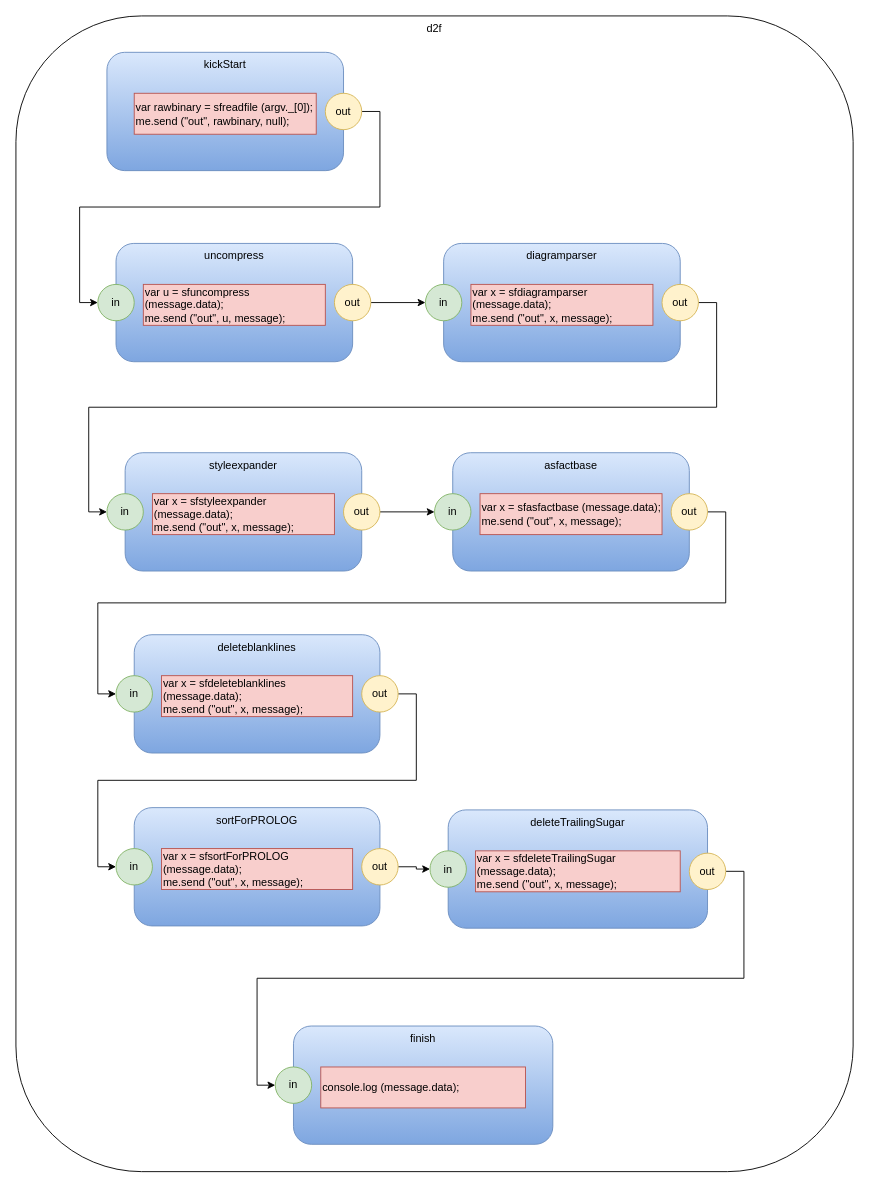
Above: d2fb/d2f.drawio in guitarvydas/bootstrap (draw.io), before the change. Source tidied: cells renumbered, new cells numbered last; positions are measured from the earlier drawing's top-left corner, leaving out a move shared by most shapes. Both pictures are drawn from the tidied source at 91%, with x=0, y=0 at pixel (15, 15).
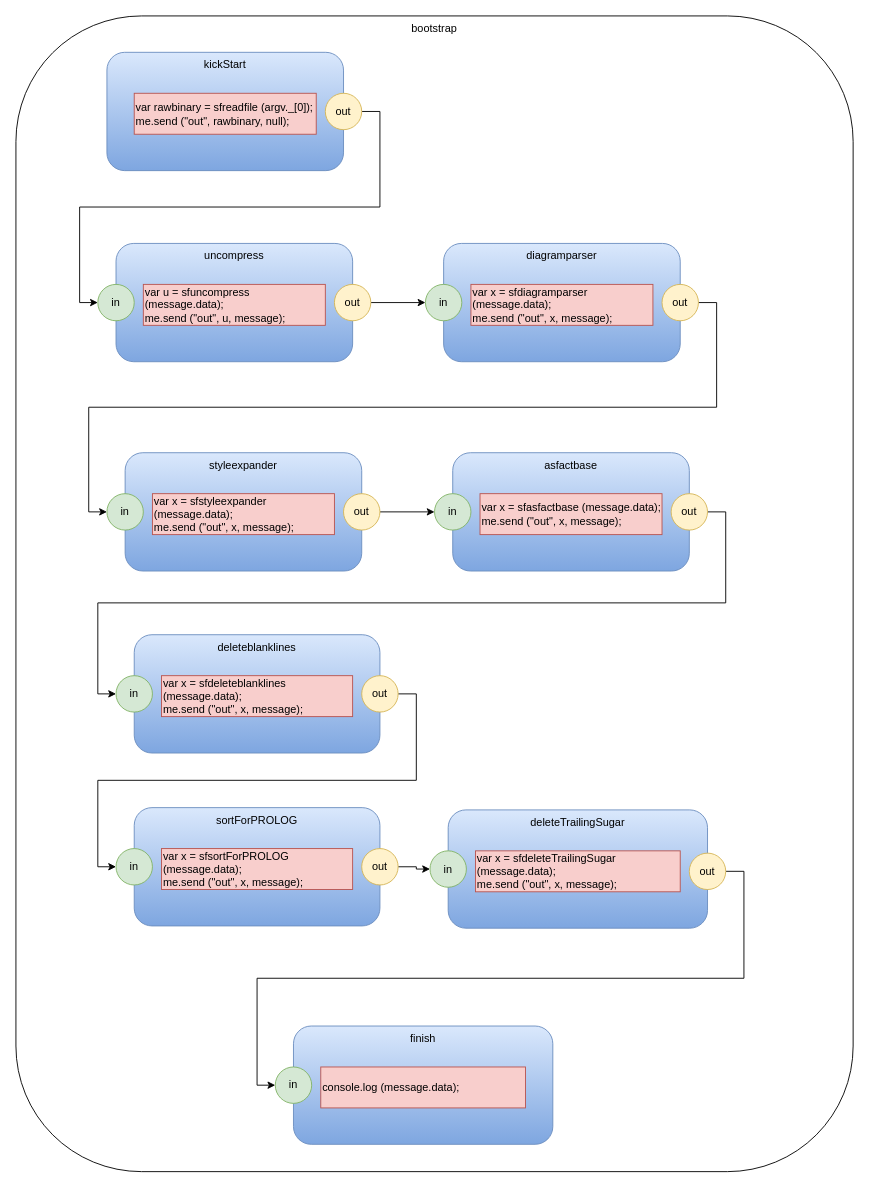
After the change.

Change to the diagram source:
```diff
@@
-    <mxCell id="2" value="d2f" style="rounded=1;whiteSpace=wrap;html=1;verticalAlign=top;" parent="1" vertex="1">
+    <mxCell id="2" value="bootstrap" style="rounded=1;whiteSpace=wrap;html=1;verticalAlign=top;" parent="1" vertex="1">
       <mxGeometry width="920" height="1270" as="geometry" />
     </mxCell>
```
